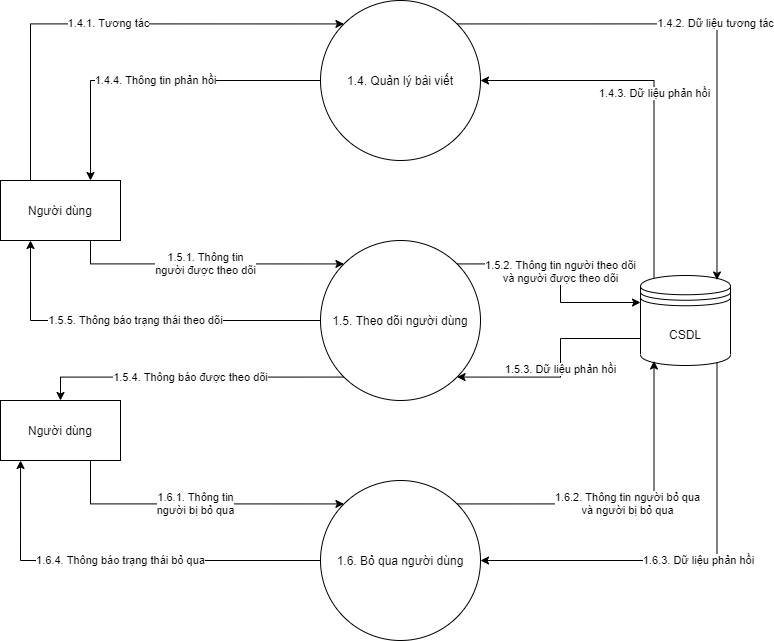
This is dfd2.2.png from ZaffranLe/datn, a draw.io export, as it was before one commit. Source tidied: cells renumbered, new cells last; positions are measured from the earlier drawing's top-left corner, leaving out a move shared by most shapes. Source of this version:
```xml
<mxGraphModel>
  <root>
    <mxCell id="0" />
    <mxCell id="1" parent="0" />
    <mxCell id="2" value="1.4.1. Tương tác" style="edgeStyle=orthogonalEdgeStyle;rounded=0;jettySize=auto;html=1;exitX=0.25;exitY=0;exitDx=0;exitDy=0;entryX=0;entryY=0;entryDx=0;entryDy=0;" parent="1" edge="1" source="4" target="15">
      <mxGeometry relative="1" as="geometry">
        <Array as="points">
          <mxPoint x="30" y="23" />
        </Array>
      </mxGeometry>
    </mxCell>
    <mxCell id="3" value="1.5.1. Thông tin&lt;br&gt;người được theo dõi" style="edgeStyle=orthogonalEdgeStyle;rounded=0;jettySize=auto;html=1;exitX=0.75;exitY=1;exitDx=0;exitDy=0;entryX=0;entryY=0;entryDx=0;entryDy=0;" parent="1" edge="1" source="4" target="12">
      <mxGeometry relative="1" as="geometry" />
    </mxCell>
    <mxCell id="4" value="Người dùng" style="rounded=0;whiteSpace=wrap;html=1;" parent="1" vertex="1">
      <mxGeometry y="180" width="120" height="60" as="geometry" />
    </mxCell>
    <mxCell id="5" value="1.4.3. Dữ liệu phản hồi" style="edgeStyle=orthogonalEdgeStyle;rounded=0;jettySize=auto;html=1;exitX=0.15;exitY=0.05;exitDx=0;exitDy=0;exitPerimeter=0;entryX=1;entryY=0.5;entryDx=0;entryDy=0;" parent="1" edge="1" source="8" target="15">
      <mxGeometry relative="1" as="geometry">
        <Array as="points">
          <mxPoint x="654" y="80" />
        </Array>
      </mxGeometry>
    </mxCell>
    <mxCell id="6" value="1.5.3. Dữ liệu phản hồi" style="edgeStyle=orthogonalEdgeStyle;rounded=0;jettySize=auto;html=1;exitX=0;exitY=0.7;exitDx=0;exitDy=0;entryX=1;entryY=1;entryDx=0;entryDy=0;" parent="1" edge="1" source="8" target="12">
      <mxGeometry relative="1" as="geometry" />
    </mxCell>
    <mxCell id="7" value="1.6.3. Dữ liệu phản hồi" style="edgeStyle=orthogonalEdgeStyle;rounded=0;jettySize=auto;html=1;exitX=0.85;exitY=0.95;exitDx=0;exitDy=0;exitPerimeter=0;entryX=1;entryY=0.5;entryDx=0;entryDy=0;" parent="1" edge="1" source="8" target="18">
      <mxGeometry relative="1" as="geometry">
        <Array as="points">
          <mxPoint x="717" y="560" />
        </Array>
      </mxGeometry>
    </mxCell>
    <mxCell id="8" value="CSDL" style="shape=datastore;whiteSpace=wrap;html=1;" parent="1" vertex="1">
      <mxGeometry x="640" y="275" width="90" height="90" as="geometry" />
    </mxCell>
    <mxCell id="9" value="1.5.4. Thông báo được theo dõi" style="edgeStyle=orthogonalEdgeStyle;rounded=0;jettySize=auto;html=1;exitX=0;exitY=1;exitDx=0;exitDy=0;entryX=0.5;entryY=0;entryDx=0;entryDy=0;" parent="1" edge="1" source="12" target="20">
      <mxGeometry relative="1" as="geometry" />
    </mxCell>
    <mxCell id="10" value="1.5.2. Thông tin người theo dõi&lt;br&gt;và người được theo dõi" style="edgeStyle=orthogonalEdgeStyle;rounded=0;jettySize=auto;html=1;exitX=1;exitY=0;exitDx=0;exitDy=0;entryX=0;entryY=0.3;entryDx=0;entryDy=0;" parent="1" edge="1" source="12" target="8">
      <mxGeometry relative="1" as="geometry" />
    </mxCell>
    <mxCell id="11" value="1.5.5. Thông báo trạng thái theo dõi" style="edgeStyle=orthogonalEdgeStyle;rounded=0;jettySize=auto;html=1;exitX=0;exitY=0.5;exitDx=0;exitDy=0;entryX=0.25;entryY=1;entryDx=0;entryDy=0;" parent="1" edge="1" source="12" target="4">
      <mxGeometry relative="1" as="geometry" />
    </mxCell>
    <mxCell id="12" value="1.5. Theo dõi người dùng" style="ellipse;whiteSpace=wrap;html=1;" parent="1" vertex="1">
      <mxGeometry x="320" y="240" width="160" height="160" as="geometry" />
    </mxCell>
    <mxCell id="13" value="1.4.2. Dữ liệu tương tác" style="edgeStyle=orthogonalEdgeStyle;rounded=0;jettySize=auto;html=1;exitX=1;exitY=0;exitDx=0;exitDy=0;entryX=0.85;entryY=0.05;entryDx=0;entryDy=0;entryPerimeter=0;" parent="1" edge="1" source="15" target="8">
      <mxGeometry relative="1" as="geometry" />
    </mxCell>
    <mxCell id="14" value="1.4.4. Thông tin phản hồi" style="edgeStyle=orthogonalEdgeStyle;rounded=0;jettySize=auto;html=1;exitX=0;exitY=0.5;exitDx=0;exitDy=0;entryX=0.75;entryY=0;entryDx=0;entryDy=0;" parent="1" edge="1" source="15" target="4">
      <mxGeometry relative="1" as="geometry" />
    </mxCell>
    <mxCell id="15" value="1.4. Quản lý bài viết" style="ellipse;whiteSpace=wrap;html=1;" parent="1" vertex="1">
      <mxGeometry x="320" width="160" height="160" as="geometry" />
    </mxCell>
    <mxCell id="16" value="1.6.2. Thông tin người bỏ qua&lt;br&gt;và người bị bỏ qua" style="edgeStyle=orthogonalEdgeStyle;rounded=0;jettySize=auto;html=1;exitX=1;exitY=0;exitDx=0;exitDy=0;entryX=0.15;entryY=0.95;entryDx=0;entryDy=0;entryPerimeter=0;" parent="1" edge="1" source="18" target="8">
      <mxGeometry relative="1" as="geometry" />
    </mxCell>
    <mxCell id="17" value="1.6.4. Thông báo trạng thái bỏ qua" style="edgeStyle=orthogonalEdgeStyle;rounded=0;jettySize=auto;html=1;exitX=0;exitY=0.5;exitDx=0;exitDy=0;entryX=0.167;entryY=1;entryDx=0;entryDy=0;entryPerimeter=0;" parent="1" edge="1" source="18" target="20">
      <mxGeometry relative="1" as="geometry" />
    </mxCell>
    <mxCell id="18" value="1.6. Bỏ qua người dùng" style="ellipse;whiteSpace=wrap;html=1;" parent="1" vertex="1">
      <mxGeometry x="320" y="480" width="160" height="160" as="geometry" />
    </mxCell>
    <mxCell id="19" value="1.6.1. Thông tin&lt;br&gt;người bị bỏ qua" style="edgeStyle=orthogonalEdgeStyle;rounded=0;jettySize=auto;html=1;exitX=0.75;exitY=1;exitDx=0;exitDy=0;entryX=0;entryY=0;entryDx=0;entryDy=0;" parent="1" edge="1" source="20" target="18">
      <mxGeometry relative="1" as="geometry">
        <Array as="points">
          <mxPoint x="90" y="503" />
        </Array>
      </mxGeometry>
    </mxCell>
    <mxCell id="20" value="Người dùng" style="rounded=0;whiteSpace=wrap;html=1;" parent="1" vertex="1">
      <mxGeometry y="400" width="120" height="60" as="geometry" />
    </mxCell>
  </root>
</mxGraphModel>
```
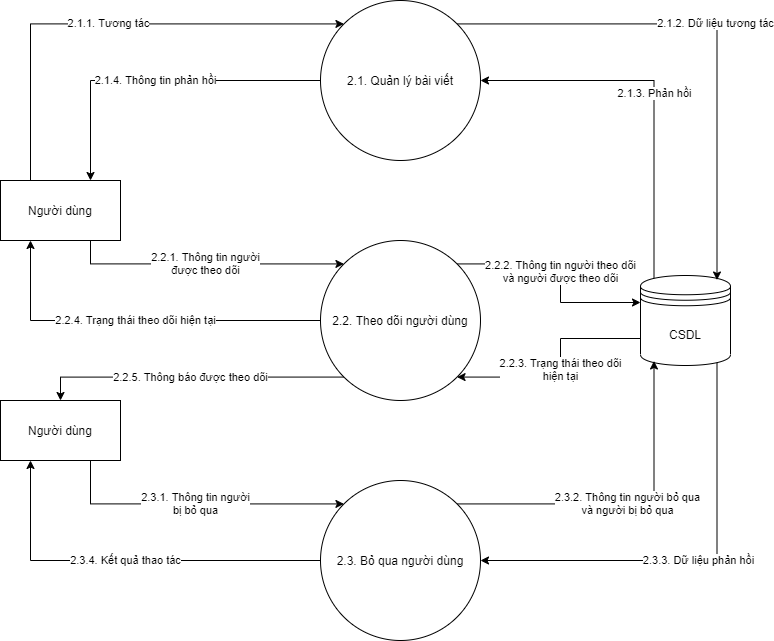
The same diagram one commit later.

The edit, as a diff of the source:
```diff
@@ -2,30 +2,30 @@
   <root>
     <mxCell id="0" />
     <mxCell id="1" parent="0" />
-    <mxCell id="2" value="1.4.1. Tương tác" style="edgeStyle=orthogonalEdgeStyle;rounded=0;jettySize=auto;html=1;exitX=0.25;exitY=0;exitDx=0;exitDy=0;entryX=0;entryY=0;entryDx=0;entryDy=0;" parent="1" edge="1" source="4" target="15">
+    <mxCell id="2" value="2.1.1. Tương tác" style="edgeStyle=orthogonalEdgeStyle;rounded=0;jettySize=auto;html=1;exitX=0.25;exitY=0;exitDx=0;exitDy=0;entryX=0;entryY=0;entryDx=0;entryDy=0;" parent="1" edge="1" source="4" target="15">
       <mxGeometry relative="1" as="geometry">
         <Array as="points">
           <mxPoint x="30" y="23" />
         </Array>
       </mxGeometry>
     </mxCell>
-    <mxCell id="3" value="1.5.1. Thông tin&lt;br&gt;người được theo dõi" style="edgeStyle=orthogonalEdgeStyle;rounded=0;jettySize=auto;html=1;exitX=0.75;exitY=1;exitDx=0;exitDy=0;entryX=0;entryY=0;entryDx=0;entryDy=0;" parent="1" edge="1" source="4" target="12">
+    <mxCell id="3" value="2.2.1. Thông tin người&lt;br&gt;được theo dõi" style="edgeStyle=orthogonalEdgeStyle;rounded=0;jettySize=auto;html=1;exitX=0.75;exitY=1;exitDx=0;exitDy=0;entryX=0;entryY=0;entryDx=0;entryDy=0;" parent="1" edge="1" source="4" target="12">
       <mxGeometry relative="1" as="geometry" />
     </mxCell>
     <mxCell id="4" value="Người dùng" style="rounded=0;whiteSpace=wrap;html=1;" parent="1" vertex="1">
       <mxGeometry y="180" width="120" height="60" as="geometry" />
     </mxCell>
-    <mxCell id="5" value="1.4.3. Dữ liệu phản hồi" style="edgeStyle=orthogonalEdgeStyle;rounded=0;jettySize=auto;html=1;exitX=0.15;exitY=0.05;exitDx=0;exitDy=0;exitPerimeter=0;entryX=1;entryY=0.5;entryDx=0;entryDy=0;" parent="1" edge="1" source="8" target="15">
+    <mxCell id="5" value="2.1.3. Phản hồi" style="edgeStyle=orthogonalEdgeStyle;rounded=0;jettySize=auto;html=1;exitX=0.15;exitY=0.05;exitDx=0;exitDy=0;exitPerimeter=0;entryX=1;entryY=0.5;entryDx=0;entryDy=0;" parent="1" edge="1" source="8" target="15">
       <mxGeometry relative="1" as="geometry">
         <Array as="points">
           <mxPoint x="654" y="80" />
         </Array>
       </mxGeometry>
     </mxCell>
-    <mxCell id="6" value="1.5.3. Dữ liệu phản hồi" style="edgeStyle=orthogonalEdgeStyle;rounded=0;jettySize=auto;html=1;exitX=0;exitY=0.7;exitDx=0;exitDy=0;entryX=1;entryY=1;entryDx=0;entryDy=0;" parent="1" edge="1" source="8" target="12">
+    <mxCell id="6" value="2.2.3. Trạng thái theo dõi&lt;br&gt;hiện tại" style="edgeStyle=orthogonalEdgeStyle;rounded=0;jettySize=auto;html=1;exitX=0;exitY=0.7;exitDx=0;exitDy=0;entryX=1;entryY=1;entryDx=0;entryDy=0;" parent="1" edge="1" source="8" target="12">
       <mxGeometry relative="1" as="geometry" />
     </mxCell>
-    <mxCell id="7" value="1.6.3. Dữ liệu phản hồi" style="edgeStyle=orthogonalEdgeStyle;rounded=0;jettySize=auto;html=1;exitX=0.85;exitY=0.95;exitDx=0;exitDy=0;exitPerimeter=0;entryX=1;entryY=0.5;entryDx=0;entryDy=0;" parent="1" edge="1" source="8" target="18">
+    <mxCell id="7" value="2.3.3. Dữ liệu phản hồi" style="edgeStyle=orthogonalEdgeStyle;rounded=0;jettySize=auto;html=1;exitX=0.85;exitY=0.95;exitDx=0;exitDy=0;exitPerimeter=0;entryX=1;entryY=0.5;entryDx=0;entryDy=0;" parent="1" edge="1" source="8" target="18">
       <mxGeometry relative="1" as="geometry">
         <Array as="points">
           <mxPoint x="717" y="560" />
@@ -35,37 +35,37 @@
     <mxCell id="8" value="CSDL" style="shape=datastore;whiteSpace=wrap;html=1;" parent="1" vertex="1">
       <mxGeometry x="640" y="275" width="90" height="90" as="geometry" />
     </mxCell>
-    <mxCell id="9" value="1.5.4. Thông báo được theo dõi" style="edgeStyle=orthogonalEdgeStyle;rounded=0;jettySize=auto;html=1;exitX=0;exitY=1;exitDx=0;exitDy=0;entryX=0.5;entryY=0;entryDx=0;entryDy=0;" parent="1" edge="1" source="12" target="20">
-      <mxGeometry relative="1" as="geometry" />
-    </mxCell>
-    <mxCell id="10" value="1.5.2. Thông tin người theo dõi&lt;br&gt;và người được theo dõi" style="edgeStyle=orthogonalEdgeStyle;rounded=0;jettySize=auto;html=1;exitX=1;exitY=0;exitDx=0;exitDy=0;entryX=0;entryY=0.3;entryDx=0;entryDy=0;" parent="1" edge="1" source="12" target="8">
+    <mxCell id="10" value="2.2.2. Thông tin người theo dõi&lt;br&gt;và người được theo dõi" style="edgeStyle=orthogonalEdgeStyle;rounded=0;jettySize=auto;html=1;exitX=1;exitY=0;exitDx=0;exitDy=0;entryX=0;entryY=0.3;entryDx=0;entryDy=0;" parent="1" edge="1" source="12" target="8">
       <mxGeometry relative="1" as="geometry" />
     </mxCell>
-    <mxCell id="11" value="1.5.5. Thông báo trạng thái theo dõi" style="edgeStyle=orthogonalEdgeStyle;rounded=0;jettySize=auto;html=1;exitX=0;exitY=0.5;exitDx=0;exitDy=0;entryX=0.25;entryY=1;entryDx=0;entryDy=0;" parent="1" edge="1" source="12" target="4">
+    <mxCell id="11" value="2.2.4. Trạng thái theo dõi hiện tại" style="edgeStyle=orthogonalEdgeStyle;rounded=0;jettySize=auto;html=1;exitX=0;exitY=0.5;exitDx=0;exitDy=0;entryX=0.25;entryY=1;entryDx=0;entryDy=0;" parent="1" edge="1" source="12" target="4">
       <mxGeometry relative="1" as="geometry" />
     </mxCell>
+    <mxCell id="9" value="2.2.5. Thông báo được theo dõi" style="edgeStyle=orthogonalEdgeStyle;rounded=0;jettySize=auto;html=1;exitX=0;exitY=1;exitDx=0;exitDy=0;entryX=0.5;entryY=0;entryDx=0;entryDy=0;" parent="1" edge="1" source="12" target="20">
+      <mxGeometry relative="1" as="geometry" />
+    </mxCell>
-    <mxCell id="12" value="1.5. Theo dõi người dùng" style="ellipse;whiteSpace=wrap;html=1;" parent="1" vertex="1">
+    <mxCell id="12" value="2.2. Theo dõi người dùng" style="ellipse;whiteSpace=wrap;html=1;" parent="1" vertex="1">
       <mxGeometry x="320" y="240" width="160" height="160" as="geometry" />
     </mxCell>
-    <mxCell id="13" value="1.4.2. Dữ liệu tương tác" style="edgeStyle=orthogonalEdgeStyle;rounded=0;jettySize=auto;html=1;exitX=1;exitY=0;exitDx=0;exitDy=0;entryX=0.85;entryY=0.05;entryDx=0;entryDy=0;entryPerimeter=0;" parent="1" edge="1" source="15" target="8">
+    <mxCell id="13" value="2.1.2. Dữ liệu tương tác" style="edgeStyle=orthogonalEdgeStyle;rounded=0;jettySize=auto;html=1;exitX=1;exitY=0;exitDx=0;exitDy=0;entryX=0.85;entryY=0.05;entryDx=0;entryDy=0;entryPerimeter=0;" parent="1" edge="1" source="15" target="8">
       <mxGeometry relative="1" as="geometry" />
     </mxCell>
-    <mxCell id="14" value="1.4.4. Thông tin phản hồi" style="edgeStyle=orthogonalEdgeStyle;rounded=0;jettySize=auto;html=1;exitX=0;exitY=0.5;exitDx=0;exitDy=0;entryX=0.75;entryY=0;entryDx=0;entryDy=0;" parent="1" edge="1" source="15" target="4">
+    <mxCell id="14" value="2.1.4. Thông tin phản hồi" style="edgeStyle=orthogonalEdgeStyle;rounded=0;jettySize=auto;html=1;exitX=0;exitY=0.5;exitDx=0;exitDy=0;entryX=0.75;entryY=0;entryDx=0;entryDy=0;" parent="1" edge="1" source="15" target="4">
       <mxGeometry relative="1" as="geometry" />
     </mxCell>
-    <mxCell id="15" value="1.4. Quản lý bài viết" style="ellipse;whiteSpace=wrap;html=1;" parent="1" vertex="1">
+    <mxCell id="15" value="2.1. Quản lý bài viết" style="ellipse;whiteSpace=wrap;html=1;" parent="1" vertex="1">
       <mxGeometry x="320" width="160" height="160" as="geometry" />
     </mxCell>
-    <mxCell id="16" value="1.6.2. Thông tin người bỏ qua&lt;br&gt;và người bị bỏ qua" style="edgeStyle=orthogonalEdgeStyle;rounded=0;jettySize=auto;html=1;exitX=1;exitY=0;exitDx=0;exitDy=0;entryX=0.15;entryY=0.95;entryDx=0;entryDy=0;entryPerimeter=0;" parent="1" edge="1" source="18" target="8">
+    <mxCell id="16" value="2.3.2. Thông tin người bỏ qua&lt;br&gt;và người bị bỏ qua" style="edgeStyle=orthogonalEdgeStyle;rounded=0;jettySize=auto;html=1;exitX=1;exitY=0;exitDx=0;exitDy=0;entryX=0.15;entryY=0.95;entryDx=0;entryDy=0;entryPerimeter=0;" parent="1" edge="1" source="18" target="8">
       <mxGeometry relative="1" as="geometry" />
     </mxCell>
-    <mxCell id="17" value="1.6.4. Thông báo trạng thái bỏ qua" style="edgeStyle=orthogonalEdgeStyle;rounded=0;jettySize=auto;html=1;exitX=0;exitY=0.5;exitDx=0;exitDy=0;entryX=0.167;entryY=1;entryDx=0;entryDy=0;entryPerimeter=0;" parent="1" edge="1" source="18" target="20">
+    <mxCell id="17" value="2.3.4. Kết quả thao tác" style="edgeStyle=orthogonalEdgeStyle;rounded=0;jettySize=auto;html=1;exitX=0;exitY=0.5;exitDx=0;exitDy=0;entryX=0.25;entryY=1;entryDx=0;entryDy=0;" parent="1" edge="1" source="18" target="20">
       <mxGeometry relative="1" as="geometry" />
     </mxCell>
-    <mxCell id="18" value="1.6. Bỏ qua người dùng" style="ellipse;whiteSpace=wrap;html=1;" parent="1" vertex="1">
+    <mxCell id="18" value="2.3. Bỏ qua người dùng" style="ellipse;whiteSpace=wrap;html=1;" parent="1" vertex="1">
       <mxGeometry x="320" y="480" width="160" height="160" as="geometry" />
     </mxCell>
-    <mxCell id="19" value="1.6.1. Thông tin&lt;br&gt;người bị bỏ qua" style="edgeStyle=orthogonalEdgeStyle;rounded=0;jettySize=auto;html=1;exitX=0.75;exitY=1;exitDx=0;exitDy=0;entryX=0;entryY=0;entryDx=0;entryDy=0;" parent="1" edge="1" source="20" target="18">
+    <mxCell id="19" value="2.3.1. Thông tin người&lt;br&gt;bị bỏ qua" style="edgeStyle=orthogonalEdgeStyle;rounded=0;jettySize=auto;html=1;exitX=0.75;exitY=1;exitDx=0;exitDy=0;entryX=0;entryY=0;entryDx=0;entryDy=0;" parent="1" edge="1" source="20" target="18">
       <mxGeometry relative="1" as="geometry">
         <Array as="points">
           <mxPoint x="90" y="503" />
```
